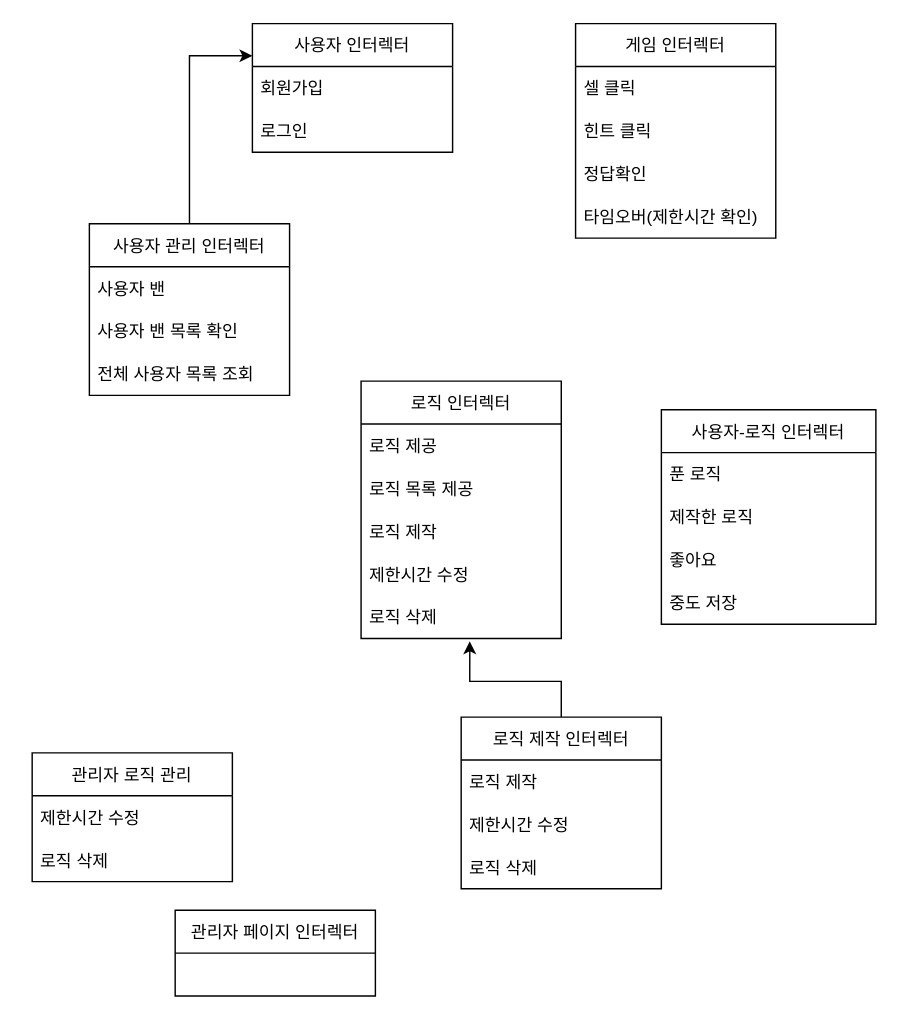
flagtags/nemonemo keeps this draw.io diagram as packages/Untitled Diagram.drawio. Above is the earlier version. Source tidied: cells renumbered, new cells numbered last; positions are measured from the earlier drawing's top-left corner, leaving out a move shared by most shapes. Both pictures are drawn from the tidied source at 143%, with x=0, y=0 at pixel (31, 23).
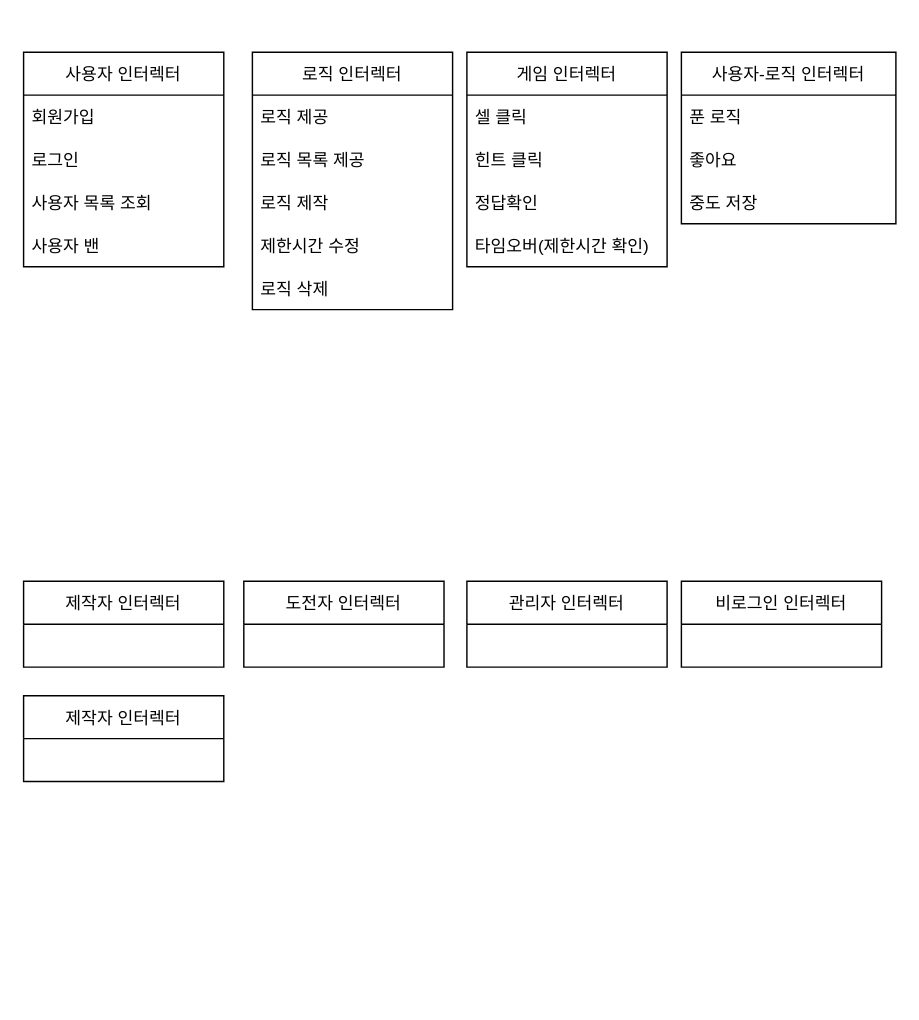
The same page after the edit.

The change refers to these unchanged cells:
```xml
<mxCell id="15" value="로직 삭제" style="text;strokeColor=none;fillColor=none;align=left;verticalAlign=middle;spacingLeft=4;spacingRight=4;overflow=hidden;points=[[0,0.5],[1,0.5]];portConstraint=eastwest;" parent="10" vertex="1">
  <mxGeometry y="150" width="140" height="30" as="geometry" />
</mxCell>
```

Change to the diagram source:
```diff
@@
     <mxCell id="2" value="사용자 인터렉터" style="swimlane;fontStyle=0;horizontal=1;startSize=30;" parent="1" vertex="1">
-      <mxGeometry x="154" width="140" height="90" as="geometry" />
+      <mxGeometry x="-6" y="20" width="140" height="150" as="geometry" />
     </mxCell>
@@
-    <mxCell id="5" style="edgeStyle=orthogonalEdgeStyle;rounded=0;jettySize=auto;html=1;entryX=0;entryY=0.25;entryDx=0;entryDy=0;" parent="1" edge="1" source="6" target="2">
-      <mxGeometry relative="1" as="geometry" />
-    </mxCell>
-    <mxCell id="6" value="사용자 관리 인터렉터" style="swimlane;fontStyle=0;horizontal=1;startSize=30;" parent="1" vertex="1">
-      <mxGeometry x="40" y="140" width="140" height="120" as="geometry" />
-    </mxCell>
+    <mxCell id="35" value="사용자 목록 조회" style="text;strokeColor=none;fillColor=none;align=left;verticalAlign=middle;spacingLeft=4;spacingRight=4;overflow=hidden;" parent="2" vertex="1">
+      <mxGeometry y="90" width="140" height="30" as="geometry" />
+    </mxCell>
-    <mxCell id="7" value="사용자 밴" style="text;strokeColor=none;fillColor=none;align=left;verticalAlign=middle;spacingLeft=4;spacingRight=4;overflow=hidden;" parent="6" vertex="1">
-      <mxGeometry y="30" width="140" height="30" as="geometry" />
+    <mxCell id="7" value="사용자 밴" style="text;strokeColor=none;fillColor=none;align=left;verticalAlign=middle;spacingLeft=4;spacingRight=4;overflow=hidden;" parent="2" vertex="1">
+      <mxGeometry y="120" width="140" height="30" as="geometry" />
     </mxCell>
-    <mxCell id="8" value="사용자 밴 목록 확인" style="text;strokeColor=none;fillColor=none;align=left;verticalAlign=middle;spacingLeft=4;spacingRight=4;overflow=hidden;" parent="6" vertex="1">
-      <mxGeometry y="60" width="140" height="30" as="geometry" />
-    </mxCell>
-    <mxCell id="9" value="전체 사용자 목록 조회" style="text;strokeColor=none;fillColor=none;align=left;verticalAlign=middle;spacingLeft=4;spacingRight=4;overflow=hidden;" parent="6" vertex="1">
-      <mxGeometry y="90" width="140" height="30" as="geometry" />
-    </mxCell>
     <mxCell id="10" value="로직 인터렉터" style="swimlane;fontStyle=0;horizontal=1;startSize=30;" parent="1" vertex="1">
-      <mxGeometry x="230" y="250" width="140" height="180" as="geometry" />
+      <mxGeometry x="154" y="20" width="140" height="180" as="geometry" />
     </mxCell>
@@
     <mxCell id="16" value="게임 인터렉터" style="swimlane;fontStyle=0;horizontal=1;startSize=30;" parent="1" vertex="1">
-      <mxGeometry x="380" width="140" height="150" as="geometry" />
+      <mxGeometry x="304" y="20" width="140" height="150" as="geometry" />
     </mxCell>
@@
     <mxCell id="21" value="사용자-로직 인터렉터" style="swimlane;fontStyle=0;horizontal=1;startSize=30;" parent="1" vertex="1">
-      <mxGeometry x="440" y="270" width="150" height="150" as="geometry" />
+      <mxGeometry x="454" y="20" width="150" height="120" as="geometry" />
     </mxCell>
@@
-    <mxCell id="23" value="제작한 로직" style="text;strokeColor=none;fillColor=none;align=left;verticalAlign=middle;spacingLeft=4;spacingRight=4;overflow=hidden;" parent="21" vertex="1">
-      <mxGeometry y="60" width="150" height="30" as="geometry" />
-    </mxCell>
     <mxCell id="24" value="좋아요" style="text;strokeColor=none;fillColor=none;align=left;verticalAlign=middle;spacingLeft=4;spacingRight=4;overflow=hidden;" parent="21" vertex="1">
-      <mxGeometry y="90" width="150" height="30" as="geometry" />
+      <mxGeometry y="60" width="150" height="30" as="geometry" />
     </mxCell>
     <mxCell id="25" value="중도 저장" style="text;strokeColor=none;fillColor=none;align=left;verticalAlign=middle;spacingLeft=4;spacingRight=4;overflow=hidden;" parent="21" vertex="1">
-      <mxGeometry y="120" width="150" height="30" as="geometry" />
+      <mxGeometry y="90" width="150" height="30" as="geometry" />
     </mxCell>
-    <mxCell id="26" style="edgeStyle=orthogonalEdgeStyle;rounded=0;jettySize=auto;html=1;entryX=0.543;entryY=1.067;entryDx=0;entryDy=0;entryPerimeter=0;" parent="1" edge="1" source="27" target="15">
-      <mxGeometry relative="1" as="geometry">
-        <Array as="points">
-          <mxPoint x="370" y="460" />
-          <mxPoint x="306" y="460" />
-        </Array>
-      </mxGeometry>
-    </mxCell>
-    <mxCell id="27" value="로직 제작 인터렉터" style="swimlane;fontStyle=0;horizontal=1;startSize=30;" parent="1" vertex="1">
-      <mxGeometry x="300" y="485" width="140" height="120" as="geometry" />
-    </mxCell>
-    <mxCell id="28" value="로직 제작" style="text;strokeColor=none;fillColor=none;align=left;verticalAlign=middle;spacingLeft=4;spacingRight=4;overflow=hidden;" parent="27" vertex="1">
-      <mxGeometry y="30" width="140" height="30" as="geometry" />
-    </mxCell>
-    <mxCell id="29" value="제한시간 수정" style="text;strokeColor=none;fillColor=none;align=left;verticalAlign=middle;spacingLeft=4;spacingRight=4;overflow=hidden;" parent="27" vertex="1">
-      <mxGeometry y="60" width="140" height="30" as="geometry" />
-    </mxCell>
-    <mxCell id="30" value="로직 삭제" style="text;strokeColor=none;fillColor=none;align=left;verticalAlign=middle;spacingLeft=4;spacingRight=4;overflow=hidden;" parent="27" vertex="1">
-      <mxGeometry y="90" width="140" height="30" as="geometry" />
-    </mxCell>
-    <mxCell id="31" value="관리자 페이지 인터렉터" style="swimlane;fontStyle=0;horizontal=1;startSize=30;" parent="1" vertex="1">
-      <mxGeometry x="100" y="620" width="140" height="60" as="geometry" />
-    </mxCell>
-    <mxCell id="32" value="관리자 로직 관리" style="swimlane;fontStyle=0;horizontal=1;startSize=30;" parent="1" vertex="1">
-      <mxGeometry y="510" width="140" height="90" as="geometry" />
-    </mxCell>
-    <mxCell id="33" value="제한시간 수정" style="text;strokeColor=none;fillColor=none;align=left;verticalAlign=middle;spacingLeft=4;spacingRight=4;overflow=hidden;" parent="32" vertex="1">
-      <mxGeometry y="30" width="140" height="30" as="geometry" />
-    </mxCell>
-    <mxCell id="34" value="로직 삭제" style="text;strokeColor=none;fillColor=none;align=left;verticalAlign=middle;spacingLeft=4;spacingRight=4;overflow=hidden;" parent="32" vertex="1">
-      <mxGeometry y="60" width="140" height="30" as="geometry" />
-    </mxCell>
+    <mxCell id="36" value="제작자 인터렉터" style="swimlane;fontStyle=0;horizontal=1;startSize=30;" parent="1" vertex="1">
+      <mxGeometry x="-6" y="390" width="140" height="60" as="geometry" />
+    </mxCell>
+    <mxCell id="37" value="도전자 인터렉터" style="swimlane;fontStyle=0;horizontal=1;startSize=30;" parent="1" vertex="1">
+      <mxGeometry x="148" y="390" width="140" height="60" as="geometry" />
+    </mxCell>
+    <mxCell id="38" value="관리자 인터렉터" style="swimlane;fontStyle=0;horizontal=1;startSize=30;" parent="1" vertex="1">
+      <mxGeometry x="304" y="390" width="140" height="60" as="geometry" />
+    </mxCell>
+    <mxCell id="39" value="비로그인 인터렉터" style="swimlane;fontStyle=0;horizontal=1;startSize=30;" parent="1" vertex="1">
+      <mxGeometry x="454" y="390" width="140" height="60" as="geometry" />
+    </mxCell>
+    <mxCell id="40" value="제작자 인터렉터" style="swimlane;fontStyle=0;horizontal=1;startSize=30;" parent="1" vertex="1">
+      <mxGeometry x="-6" y="470" width="140" height="60" as="geometry" />
+    </mxCell>
```
